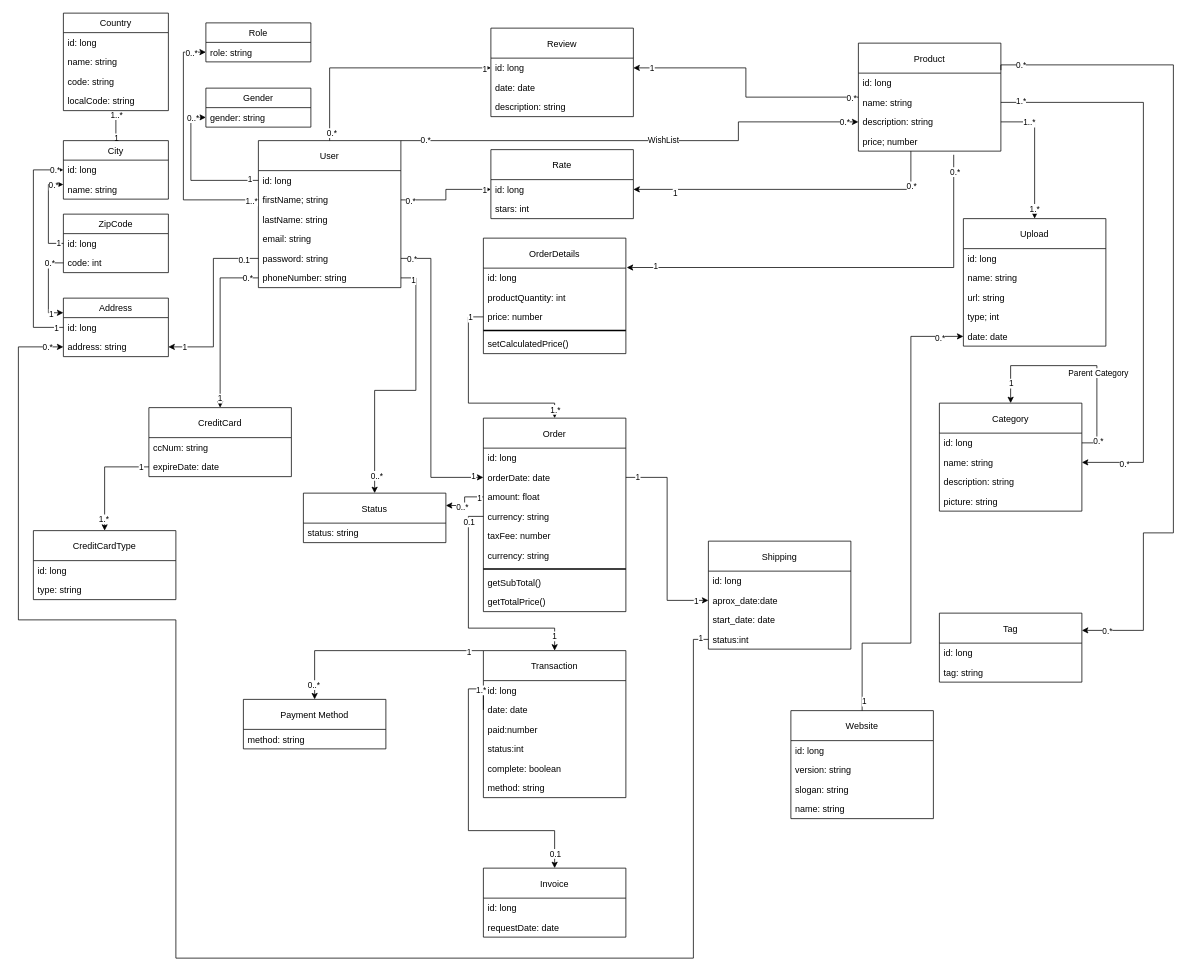
The draw.io diagram page "Ecommerce basic model" (1 of 4) of Class Diagram.drawio in Psycomentis06/AZIT-e-commerce-API-doc, before the edit. Source tidied: cells renumbered, new cells numbered last; positions are measured from the earlier drawing's top-left corner, leaving out a move shared by most shapes. Both pictures are drawn from the tidied source at 75%, with x=0, y=0 at pixel (18, 13).
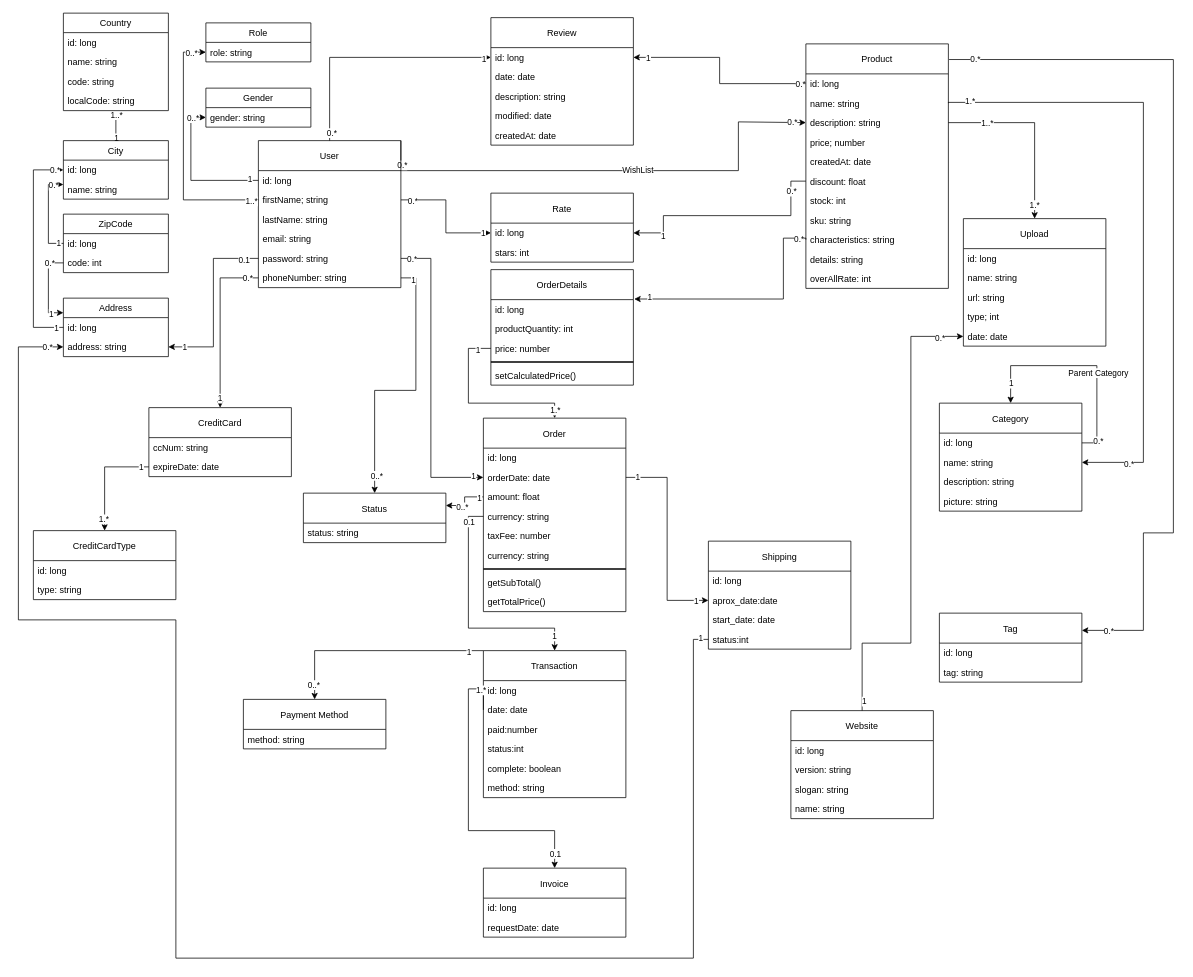
The same diagram, later.

The change refers to these unchanged cells:
```xml
<mxCell id="9" value="User" style="swimlane;fontStyle=0;horizontal=1;startSize=40;fillColor=none;" parent="1" vertex="1">
  <mxGeometry x="320" y="170" width="190" height="196" as="geometry" />
</mxCell>
<mxCell id="39" value="Tag" style="swimlane;fontStyle=0;horizontal=1;startSize=40;fillColor=none;" parent="1" vertex="1">
  <mxGeometry x="1228" y="800" width="190" height="92" as="geometry" />
</mxCell>
<mxCell id="42" value="Order" style="swimlane;fontStyle=0;horizontal=1;startSize=40;fillColor=none;" parent="1" vertex="1">
  <mxGeometry x="620" y="540" width="190" height="258" as="geometry" />
</mxCell>
<mxCell id="53" value="id: long" style="text;strokeColor=none;fillColor=none;align=left;verticalAlign=top;spacingLeft=4;spacingRight=4;overflow=hidden;points=[[0,0.5],[1,0.5]];portConstraint=eastwest;" parent="52" vertex="1">
  <mxGeometry y="40" width="190" height="26" as="geometry" />
</mxCell>
<mxCell id="78" value="id: long" style="text;strokeColor=none;fillColor=none;align=left;verticalAlign=top;spacingLeft=4;spacingRight=4;overflow=hidden;points=[[0,0.5],[1,0.5]];portConstraint=eastwest;" parent="77" vertex="1">
  <mxGeometry y="40" width="190" height="26" as="geometry" />
</mxCell>
<mxCell id="118" value="id: long" style="text;strokeColor=none;fillColor=none;align=left;verticalAlign=top;spacingLeft=4;spacingRight=4;overflow=hidden;points=[[0,0.5],[1,0.5]];portConstraint=eastwest;" parent="117" vertex="1">
  <mxGeometry y="40" width="190" height="26" as="geometry" />
</mxCell>
<mxCell id="120" value="price: number" style="text;strokeColor=none;fillColor=none;align=left;verticalAlign=top;spacingLeft=4;spacingRight=4;overflow=hidden;points=[[0,0.5],[1,0.5]];portConstraint=eastwest;" parent="117" vertex="1">
  <mxGeometry y="92" width="190" height="26" as="geometry" />
</mxCell>
<mxCell id="133" value="id: long" style="text;strokeColor=none;fillColor=none;align=left;verticalAlign=top;spacingLeft=4;spacingRight=4;overflow=hidden;points=[[0,0.5],[1,0.5]];portConstraint=eastwest;" parent="132" vertex="1">
  <mxGeometry y="40" width="190" height="26" as="geometry" />
</mxCell>
<mxCell id="135" value="description: string" style="text;strokeColor=none;fillColor=none;align=left;verticalAlign=top;spacingLeft=4;spacingRight=4;overflow=hidden;points=[[0,0.5],[1,0.5]];portConstraint=eastwest;" parent="132" vertex="1">
  <mxGeometry y="92" width="190" height="26" as="geometry" />
</mxCell>
<mxCell id="136" value="price; number" style="text;strokeColor=none;fillColor=none;align=left;verticalAlign=top;spacingLeft=4;spacingRight=4;overflow=hidden;points=[[0,0.5],[1,0.5]];portConstraint=eastwest;" parent="132" vertex="1">
  <mxGeometry y="118" width="190" height="26" as="geometry" />
</mxCell>
```

Diff of the diagram source:
```diff
@@
     <mxCell id="5" style="edgeStyle=orthogonalEdgeStyle;rounded=0;jettySize=auto;html=1;exitX=1;exitY=0;exitDx=0;exitDy=0;entryX=0;entryY=0.5;entryDx=0;entryDy=0;" parent="1" edge="1" source="9" target="135">
       <mxGeometry relative="1" as="geometry">
         <Array as="points">
-          <mxPoint x="960" y="170" />
+          <mxPoint x="510" y="210" />
+          <mxPoint x="960" y="210" />
           <mxPoint x="960" y="145" />
+          <mxPoint x="1050" y="145" />
         </Array>
       </mxGeometry>
     </mxCell>
@@
-    <mxCell id="16" style="edgeStyle=orthogonalEdgeStyle;rounded=0;jettySize=auto;html=1;exitX=0;exitY=0.5;exitDx=0;exitDy=0;entryX=1;entryY=0.5;entryDx=0;entryDy=0;" parent="1" edge="1" source="132" target="53">
+    <mxCell id="16" style="edgeStyle=orthogonalEdgeStyle;rounded=0;jettySize=auto;html=1;entryX=1;entryY=0.5;entryDx=0;entryDy=0;exitX=0;exitY=0.5;exitDx=0;exitDy=0;" parent="1" edge="1" source="133" target="53">
       <mxGeometry relative="1" as="geometry" />
     </mxCell>
@@
     <mxCell id="52" value="Review" style="swimlane;fontStyle=0;horizontal=1;startSize=40;fillColor=none;" parent="1" vertex="1">
-      <mxGeometry x="630" y="20" width="190" height="118" as="geometry" />
+      <mxGeometry x="630" y="6" width="190" height="170" as="geometry" />
     </mxCell>
@@
+    <mxCell id="188" value="modified: date" style="text;strokeColor=none;fillColor=none;align=left;verticalAlign=top;spacingLeft=4;spacingRight=4;overflow=hidden;" parent="52" vertex="1">
+      <mxGeometry y="118" width="190" height="26" as="geometry" />
+    </mxCell>
+    <mxCell id="189" value="createdAt: date" style="text;strokeColor=none;fillColor=none;align=left;verticalAlign=top;spacingLeft=4;spacingRight=4;overflow=hidden;" parent="52" vertex="1">
+      <mxGeometry y="144" width="190" height="26" as="geometry" />
+    </mxCell>
@@
-    <mxCell id="74" style="edgeStyle=orthogonalEdgeStyle;rounded=0;jettySize=auto;html=1;entryX=1;entryY=0.25;entryDx=0;entryDy=0;exitX=1;exitY=0.25;exitDx=0;exitDy=0;" parent="1" edge="1" source="132" target="39">
+    <mxCell id="74" style="edgeStyle=orthogonalEdgeStyle;rounded=0;jettySize=auto;html=1;entryX=1;entryY=0.25;entryDx=0;entryDy=0;exitX=1.005;exitY=0.064;exitDx=0;exitDy=0;exitPerimeter=0;" parent="1" edge="1" source="132" target="39">
       <mxGeometry relative="1" as="geometry">
         <Array as="points">
-          <mxPoint x="1310" y="69" />
-          <mxPoint x="1540" y="69" />
+          <mxPoint x="1540" y="62" />
           <mxPoint x="1540" y="693" />
           <mxPoint x="1500" y="693" />
           <mxPoint x="1500" y="823" />
         </Array>
       </mxGeometry>
     </mxCell>
@@
     <mxCell id="77" value="Rate" style="swimlane;fontStyle=0;horizontal=1;startSize=40;fillColor=none;" parent="1" vertex="1">
-      <mxGeometry x="630" y="182" width="190" height="92" as="geometry" />
+      <mxGeometry x="630" y="240" width="190" height="92" as="geometry" />
     </mxCell>
@@
-    <mxCell id="83" style="edgeStyle=orthogonalEdgeStyle;rounded=0;jettySize=auto;html=1;entryX=1;entryY=0.5;entryDx=0;entryDy=0;" parent="1" edge="1" target="78">
+    <mxCell id="83" style="edgeStyle=orthogonalEdgeStyle;rounded=0;jettySize=auto;html=1;entryX=1;entryY=0.5;entryDx=0;entryDy=0;exitX=0;exitY=0.5;exitDx=0;exitDy=0;" parent="1" edge="1" source="191" target="78">
       <mxGeometry relative="1" as="geometry">
-        <mxPoint x="1190" y="184" as="sourcePoint" />
         <Array as="points">
-          <mxPoint x="1190" y="235" />
+          <mxPoint x="1030" y="224" />
+          <mxPoint x="1030" y="270" />
+          <mxPoint x="860" y="270" />
+          <mxPoint x="860" y="293" />
         </Array>
       </mxGeometry>
     </mxCell>
@@
     <mxCell id="117" value="OrderDetails" style="swimlane;fontStyle=0;horizontal=1;startSize=40;fillColor=none;" parent="1" vertex="1">
-      <mxGeometry x="620" y="300" width="190" height="154" as="geometry" />
+      <mxGeometry x="630" y="342" width="190" height="154" as="geometry" />
     </mxCell>
@@
-    <mxCell id="126" style="edgeStyle=orthogonalEdgeStyle;rounded=0;jettySize=auto;html=1;exitX=0.669;exitY=1.187;exitDx=0;exitDy=0;entryX=1.006;entryY=-0.032;entryDx=0;entryDy=0;entryPerimeter=0;exitPerimeter=0;" parent="1" edge="1" source="136" target="118">
+    <mxCell id="126" style="edgeStyle=orthogonalEdgeStyle;rounded=0;jettySize=auto;html=1;entryX=1.006;entryY=-0.032;entryDx=0;entryDy=0;entryPerimeter=0;exitX=0;exitY=0.5;exitDx=0;exitDy=0;" parent="1" edge="1" source="194" target="118">
       <mxGeometry relative="1" as="geometry">
         <Array as="points">
-          <mxPoint x="1247" y="339" />
+          <mxPoint x="1050" y="300" />
+          <mxPoint x="1020" y="300" />
+          <mxPoint x="1020" y="381" />
         </Array>
       </mxGeometry>
     </mxCell>
@@
     <mxCell id="129" style="edgeStyle=orthogonalEdgeStyle;rounded=0;jettySize=auto;html=1;exitX=0;exitY=0.5;exitDx=0;exitDy=0;entryX=0.5;entryY=0;entryDx=0;entryDy=0;" parent="1" edge="1" source="120" target="42">
       <mxGeometry relative="1" as="geometry">
         <Array as="points">
-          <mxPoint x="600" y="405" />
+          <mxPoint x="600" y="447" />
           <mxPoint x="600" y="520" />
           <mxPoint x="715" y="520" />
         </Array>
       </mxGeometry>
     </mxCell>
@@
     <mxCell id="132" value="Product" style="swimlane;fontStyle=0;horizontal=1;startSize=40;fillColor=none;" parent="1" vertex="1">
-      <mxGeometry x="1120" y="40" width="190" height="144" as="geometry" />
+      <mxGeometry x="1050" y="41" width="190" height="326" as="geometry" />
     </mxCell>
@@
+    <mxCell id="190" value="createdAt: date" style="text;strokeColor=none;fillColor=none;align=left;verticalAlign=top;spacingLeft=4;spacingRight=4;overflow=hidden;" parent="132" vertex="1">
+      <mxGeometry y="144" width="190" height="26" as="geometry" />
+    </mxCell>
+    <mxCell id="191" value="discount: float" style="text;strokeColor=none;fillColor=none;align=left;verticalAlign=top;spacingLeft=4;spacingRight=4;overflow=hidden;points=[[0,0.5],[1,0.5]];portConstraint=eastwest;" parent="132" vertex="1">
+      <mxGeometry y="170" width="190" height="26" as="geometry" />
+    </mxCell>
+    <mxCell id="192" value="stock: int" style="text;strokeColor=none;fillColor=none;align=left;verticalAlign=top;spacingLeft=4;spacingRight=4;overflow=hidden;" parent="132" vertex="1">
+      <mxGeometry y="196" width="190" height="26" as="geometry" />
+    </mxCell>
+    <mxCell id="193" value="sku: string" style="text;strokeColor=none;fillColor=none;align=left;verticalAlign=top;spacingLeft=4;spacingRight=4;overflow=hidden;" parent="132" vertex="1">
+      <mxGeometry y="222" width="190" height="26" as="geometry" />
+    </mxCell>
+    <mxCell id="194" value="characteristics: string" style="text;strokeColor=none;fillColor=none;align=left;verticalAlign=top;spacingLeft=4;spacingRight=4;overflow=hidden;points=[[0,0.5],[1,0.5]];portConstraint=eastwest;" parent="132" vertex="1">
+      <mxGeometry y="248" width="190" height="26" as="geometry" />
+    </mxCell>
+    <mxCell id="195" value="details: string" style="text;strokeColor=none;fillColor=none;align=left;verticalAlign=top;spacingLeft=4;spacingRight=4;overflow=hidden;" parent="132" vertex="1">
+      <mxGeometry y="274" width="190" height="26" as="geometry" />
+    </mxCell>
+    <mxCell id="196" value="overAllRate: int" style="text;strokeColor=none;fillColor=none;align=left;verticalAlign=top;spacingLeft=4;spacingRight=4;overflow=hidden;" parent="132" vertex="1">
+      <mxGeometry y="300" width="190" height="26" as="geometry" />
+    </mxCell>
```
